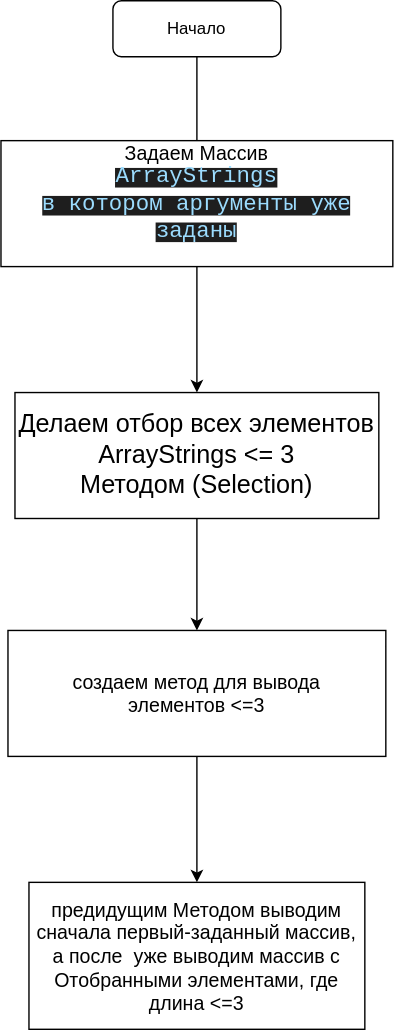
Before: Algorithm.drawio.svg, a diagram exported from draw.io (Mauc777/WorkTo_24.01.2022). Source tidied: cells renumbered, new cells last; positions are measured from the earlier drawing's top-left corner, leaving out a move shared by most shapes. Its diagram source:
```xml
<mxGraphModel>
  <root>
    <mxCell id="0" />
    <mxCell id="1" parent="0" />
    <mxCell id="2" style="edgeStyle=none;html=1;" parent="1" edge="1" source="3">
      <mxGeometry relative="1" as="geometry">
        <mxPoint x="140" y="110" as="targetPoint" />
      </mxGeometry>
    </mxCell>
    <mxCell id="3" value="Начало" style="rounded=1;whiteSpace=wrap;html=1;" parent="1" vertex="1">
      <mxGeometry x="80" width="120" height="40" as="geometry" />
    </mxCell>
    <mxCell id="4" style="edgeStyle=none;html=1;fontSize=14;" parent="1" edge="1" source="5" target="6">
      <mxGeometry relative="1" as="geometry" />
    </mxCell>
    <mxCell id="5" value="&lt;font style=&quot;font-size: 14px&quot;&gt;Задаем Массив&lt;br&gt;&amp;nbsp;&amp;nbsp;&lt;/font&gt;&lt;font color=&quot;#9cdcfe&quot; face=&quot;Consolas, Courier New, monospace&quot;&gt;&lt;span style=&quot;background-color: rgb(30 , 30 , 30)&quot;&gt;&lt;font size=&quot;3&quot;&gt;&lt;font&gt;ArrayStrings&lt;br&gt;&lt;/font&gt;в котором аргументы уже заданы&lt;br&gt;&lt;/font&gt;&lt;br&gt;&lt;/span&gt;&lt;/font&gt;" style="rounded=0;whiteSpace=wrap;html=1;" parent="1" vertex="1">
      <mxGeometry y="100" width="280" height="90" as="geometry" />
    </mxCell>
    <mxCell id="6" value="&lt;font style=&quot;font-size: 18px&quot;&gt;Делаем отбор всех элементов&lt;br&gt;ArrayStrings &amp;lt;= 3&lt;br&gt;Методом (Selection)&lt;/font&gt;" style="rounded=0;whiteSpace=wrap;html=1;" parent="1" vertex="1">
      <mxGeometry x="10" y="280" width="260" height="90" as="geometry" />
    </mxCell>
    <mxCell id="7" value="&lt;font style=&quot;font-size: 14px&quot;&gt;предидущим Методом выводим сначала первый-заданный массив, а после&amp;nbsp; уже выводим массив с Отобранными элементами, где длина &amp;lt;=3&amp;nbsp;&lt;/font&gt;" style="rounded=0;whiteSpace=wrap;html=1;" parent="1" vertex="1">
      <mxGeometry x="20" y="630" width="240" height="105" as="geometry" />
    </mxCell>
    <mxCell id="8" style="endArrow=classic;html=1;fontSize=14;exitX=0.5;exitY=1;exitDx=0;exitDy=0;entryX=0.5;entryY=0;entryDx=0;entryDy=0;" parent="1" edge="1" source="6" target="10">
      <mxGeometry relative="1" as="geometry" />
    </mxCell>
    <mxCell id="9" style="endArrow=classic;html=1;fontSize=14;startArrow=none;" parent="1" edge="1" source="10">
      <mxGeometry relative="1" as="geometry">
        <mxPoint x="200" y="480" as="targetPoint" />
      </mxGeometry>
    </mxCell>
    <mxCell id="10" value="&lt;font style=&quot;font-size: 14px&quot;&gt;создаем метод для вывода &lt;br&gt;элементов &amp;lt;=3&lt;/font&gt;" style="rounded=0;whiteSpace=wrap;html=1;fontSize=14;" parent="1" vertex="1">
      <mxGeometry x="5" y="450" width="270" height="90" as="geometry" />
    </mxCell>
    <mxCell id="11" style="endArrow=classic;html=1;fontSize=14;entryX=0.5;entryY=0;entryDx=0;entryDy=0;exitX=0.5;exitY=1;exitDx=0;exitDy=0;" parent="1" edge="1" source="10" target="7">
      <mxGeometry relative="1" as="geometry" />
    </mxCell>
  </root>
</mxGraphModel>
```
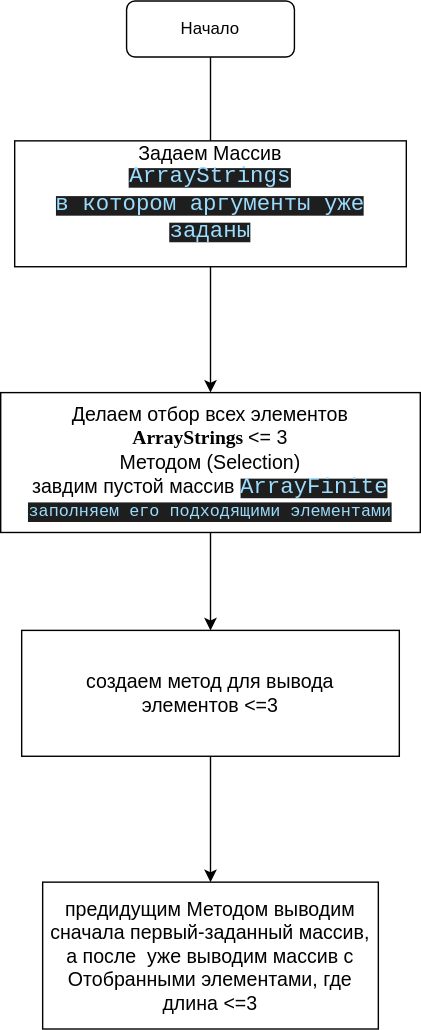
Later version of the same file.

Commit message:
Усовершенствовали Блок-Схему Algorithm

Change to the diagram source:
```diff
@@ -16,8 +16,8 @@
     <mxCell id="5" value="&lt;font style=&quot;font-size: 14px&quot;&gt;Задаем Массив&lt;br&gt;&amp;nbsp;&amp;nbsp;&lt;/font&gt;&lt;font color=&quot;#9cdcfe&quot; face=&quot;Consolas, Courier New, monospace&quot;&gt;&lt;span style=&quot;background-color: rgb(30 , 30 , 30)&quot;&gt;&lt;font size=&quot;3&quot;&gt;&lt;font&gt;ArrayStrings&lt;br&gt;&lt;/font&gt;в котором аргументы уже заданы&lt;br&gt;&lt;/font&gt;&lt;br&gt;&lt;/span&gt;&lt;/font&gt;" style="rounded=0;whiteSpace=wrap;html=1;" parent="1" vertex="1">
       <mxGeometry y="100" width="280" height="90" as="geometry" />
     </mxCell>
-    <mxCell id="6" value="&lt;font style=&quot;font-size: 18px&quot;&gt;Делаем отбор всех элементов&lt;br&gt;ArrayStrings &amp;lt;= 3&lt;br&gt;Методом (Selection)&lt;/font&gt;" style="rounded=0;whiteSpace=wrap;html=1;" parent="1" vertex="1">
-      <mxGeometry x="10" y="280" width="260" height="90" as="geometry" />
+    <mxCell id="6" value="&lt;font&gt;&lt;font style=&quot;font-size: 14px&quot;&gt;Делаем отбор всех элементов&lt;br&gt;&lt;font face=&quot;Lucida Console&quot;&gt;&lt;b&gt;ArrayStrings &lt;/b&gt;&lt;/font&gt;&amp;lt;= 3&lt;br&gt;Методом (Selection)&lt;br&gt;завдим пустой массив&amp;nbsp;&lt;/font&gt;&lt;font color=&quot;#9cdcfe&quot; face=&quot;Consolas, Courier New, monospace&quot;&gt;&lt;span style=&quot;background-color: rgb(30 , 30 , 30)&quot;&gt;&lt;font size=&quot;3&quot;&gt;ArrayFinite&lt;br&gt;&lt;/font&gt;заполняем его подходящими элементами&lt;br&gt;&lt;/span&gt;&lt;/font&gt;&lt;/font&gt;" style="rounded=0;whiteSpace=wrap;html=1;" parent="1" vertex="1">
+      <mxGeometry x="-10" y="280" width="300" height="100" as="geometry" />
     </mxCell>
     <mxCell id="7" value="&lt;font style=&quot;font-size: 14px&quot;&gt;предидущим Методом выводим сначала первый-заданный массив, а после&amp;nbsp; уже выводим массив с Отобранными элементами, где длина &amp;lt;=3&amp;nbsp;&lt;/font&gt;" style="rounded=0;whiteSpace=wrap;html=1;" parent="1" vertex="1">
       <mxGeometry x="20" y="630" width="240" height="105" as="geometry" />
```
